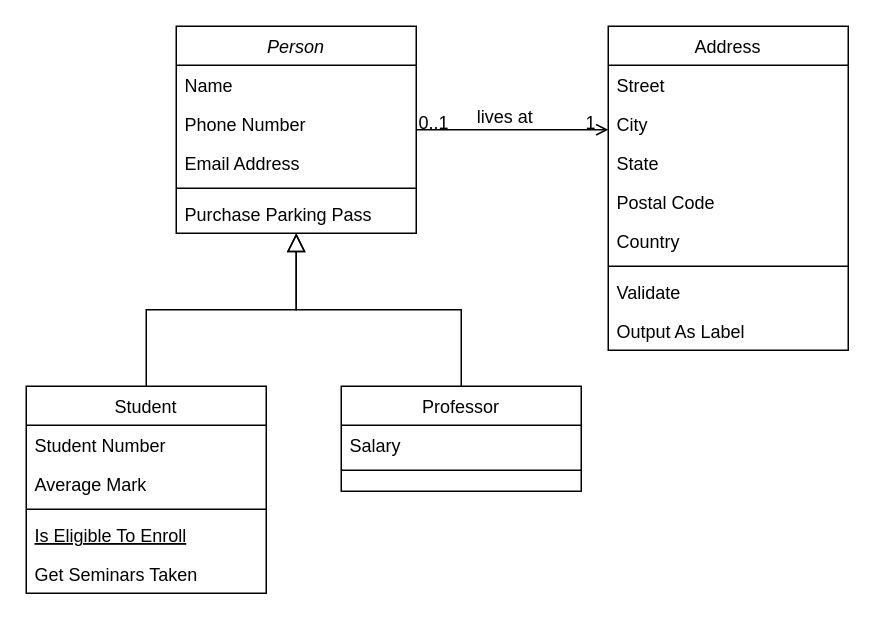
The draw.io diagram Diagrama sem nome.drawio in AnnaAngelina/diagramas-de-classe-drawio-, before the edit. Source tidied: cells renumbered, new cells numbered last; positions are measured from the earlier drawing's top-left corner, leaving out a move shared by most shapes. Both pictures are drawn from the tidied source at 150%, with x=0, y=0 at pixel (26, 26).
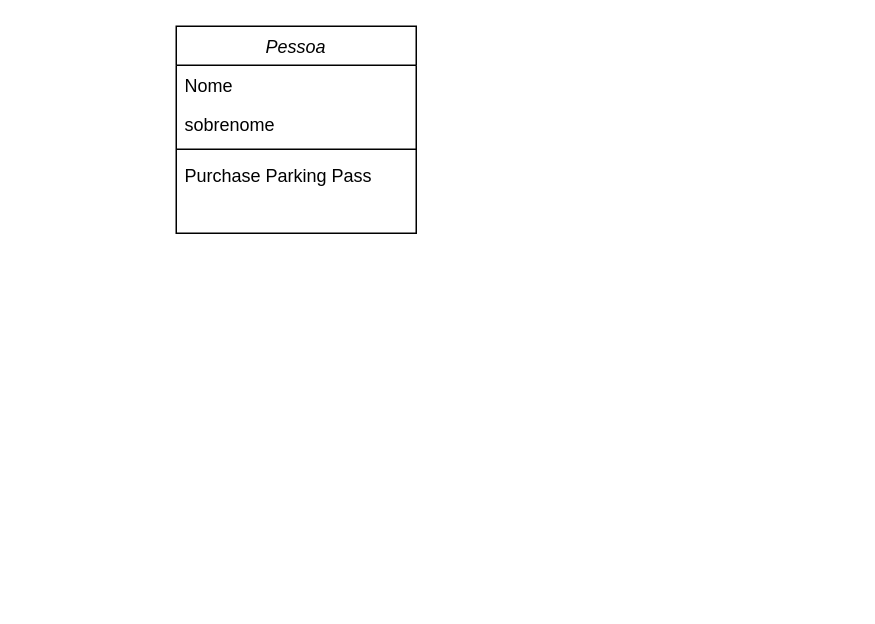
After the change.

Commit message:
diagrama de classe pessoa

The edit, as a diff of the source:
```diff
@@
-    <mxCell id="2" value="Person" style="swimlane;fontStyle=2;align=center;verticalAlign=top;horizontal=1;startSize=26;rounded=0;shadow=0;strokeWidth=1;" parent="1" vertex="1">
+    <mxCell id="2" value="Pessoa" style="swimlane;fontStyle=2;align=center;verticalAlign=top;horizontal=1;startSize=26;rounded=0;shadow=0;strokeWidth=1;" parent="1" vertex="1">
       <mxGeometry x="100" width="160" height="138" as="geometry" />
     </mxCell>
-    <mxCell id="3" value="Name" style="text;align=left;verticalAlign=top;spacingLeft=4;spacingRight=4;overflow=hidden;" parent="2" vertex="1">
+    <mxCell id="3" value="Nome" style="text;align=left;verticalAlign=top;spacingLeft=4;spacingRight=4;overflow=hidden;" parent="2" vertex="1">
       <mxGeometry y="26" width="160" height="26" as="geometry" />
     </mxCell>
-    <mxCell id="4" value="Phone Number" style="text;align=left;verticalAlign=top;spacingLeft=4;spacingRight=4;overflow=hidden;rounded=0;shadow=0;html=0;" parent="2" vertex="1">
+    <mxCell id="4" value="sobrenome" style="text;align=left;verticalAlign=top;spacingLeft=4;spacingRight=4;overflow=hidden;rounded=0;shadow=0;html=0;" parent="2" vertex="1">
       <mxGeometry y="52" width="160" height="26" as="geometry" />
     </mxCell>
-    <mxCell id="5" value="Email Address" style="text;align=left;verticalAlign=top;spacingLeft=4;spacingRight=4;overflow=hidden;rounded=0;shadow=0;html=0;" parent="2" vertex="1">
-      <mxGeometry y="78" width="160" height="26" as="geometry" />
-    </mxCell>
     <mxCell id="6" style="line;html=1;strokeWidth=1;align=left;verticalAlign=middle;spacingTop=-1;spacingLeft=3;spacingRight=3;labelPosition=right;" parent="2" vertex="1">
-      <mxGeometry y="104" width="160" height="8" as="geometry" />
+      <mxGeometry y="78" width="160" height="8" as="geometry" />
     </mxCell>
     <mxCell id="7" value="Purchase Parking Pass" style="text;align=left;verticalAlign=top;spacingLeft=4;spacingRight=4;overflow=hidden;" parent="2" vertex="1">
-      <mxGeometry y="112" width="160" height="26" as="geometry" />
+      <mxGeometry y="86" width="160" height="26" as="geometry" />
     </mxCell>
-    <mxCell id="8" value="Student" style="swimlane;fontStyle=0;align=center;verticalAlign=top;horizontal=1;startSize=26;rounded=0;shadow=0;strokeWidth=1;" parent="1" vertex="1">
-      <mxGeometry y="240" width="160" height="138" as="geometry" />
-    </mxCell>
-    <mxCell id="9" value="Student Number" style="text;align=left;verticalAlign=top;spacingLeft=4;spacingRight=4;overflow=hidden;" parent="8" vertex="1">
-      <mxGeometry y="26" width="160" height="26" as="geometry" />
-    </mxCell>
-    <mxCell id="10" value="Average Mark" style="text;align=left;verticalAlign=top;spacingLeft=4;spacingRight=4;overflow=hidden;rounded=0;shadow=0;html=0;" parent="8" vertex="1">
-      <mxGeometry y="52" width="160" height="26" as="geometry" />
-    </mxCell>
-    <mxCell id="11" style="line;html=1;strokeWidth=1;align=left;verticalAlign=middle;spacingTop=-1;spacingLeft=3;spacingRight=3;labelPosition=right;" parent="8" vertex="1">
-      <mxGeometry y="78" width="160" height="8" as="geometry" />
-    </mxCell>
-    <mxCell id="12" value="Is Eligible To Enroll" style="text;align=left;verticalAlign=top;spacingLeft=4;spacingRight=4;overflow=hidden;fontStyle=4;" parent="8" vertex="1">
-      <mxGeometry y="86" width="160" height="26" as="geometry" />
-    </mxCell>
-    <mxCell id="13" value="Get Seminars Taken" style="text;align=left;verticalAlign=top;spacingLeft=4;spacingRight=4;overflow=hidden;" parent="8" vertex="1">
-      <mxGeometry y="112" width="160" height="26" as="geometry" />
-    </mxCell>
-    <mxCell id="14" style="endArrow=block;endSize=10;endFill=0;shadow=0;strokeWidth=1;rounded=0;curved=0;edgeStyle=elbowEdgeStyle;elbow=vertical;" parent="1" edge="1" source="8" target="2">
-      <mxGeometry relative="1" as="geometry" />
-    </mxCell>
-    <mxCell id="15" value="Professor" style="swimlane;fontStyle=0;align=center;verticalAlign=top;horizontal=1;startSize=26;rounded=0;shadow=0;strokeWidth=1;" parent="1" vertex="1">
-      <mxGeometry x="210" y="240" width="160" height="70" as="geometry" />
-    </mxCell>
-    <mxCell id="16" value="Salary" style="text;align=left;verticalAlign=top;spacingLeft=4;spacingRight=4;overflow=hidden;" parent="15" vertex="1">
-      <mxGeometry y="26" width="160" height="26" as="geometry" />
-    </mxCell>
-    <mxCell id="17" style="line;html=1;strokeWidth=1;align=left;verticalAlign=middle;spacingTop=-1;spacingLeft=3;spacingRight=3;labelPosition=right;" parent="15" vertex="1">
-      <mxGeometry y="52" width="160" height="8" as="geometry" />
-    </mxCell>
-    <mxCell id="18" style="endArrow=block;endSize=10;endFill=0;shadow=0;strokeWidth=1;rounded=0;curved=0;edgeStyle=elbowEdgeStyle;elbow=vertical;" parent="1" edge="1" source="15" target="2">
-      <mxGeometry relative="1" as="geometry" />
-    </mxCell>
-    <mxCell id="19" value="Address" style="swimlane;fontStyle=0;align=center;verticalAlign=top;horizontal=1;startSize=26;rounded=0;shadow=0;strokeWidth=1;" parent="1" vertex="1">
-      <mxGeometry x="388" width="160" height="216" as="geometry" />
-    </mxCell>
-    <mxCell id="20" value="Street" style="text;align=left;verticalAlign=top;spacingLeft=4;spacingRight=4;overflow=hidden;" parent="19" vertex="1">
-      <mxGeometry y="26" width="160" height="26" as="geometry" />
-    </mxCell>
-    <mxCell id="21" value="City" style="text;align=left;verticalAlign=top;spacingLeft=4;spacingRight=4;overflow=hidden;rounded=0;shadow=0;html=0;" parent="19" vertex="1">
-      <mxGeometry y="52" width="160" height="26" as="geometry" />
-    </mxCell>
-    <mxCell id="22" value="State" style="text;align=left;verticalAlign=top;spacingLeft=4;spacingRight=4;overflow=hidden;rounded=0;shadow=0;html=0;" parent="19" vertex="1">
-      <mxGeometry y="78" width="160" height="26" as="geometry" />
-    </mxCell>
-    <mxCell id="23" value="Postal Code" style="text;align=left;verticalAlign=top;spacingLeft=4;spacingRight=4;overflow=hidden;rounded=0;shadow=0;html=0;" parent="19" vertex="1">
-      <mxGeometry y="104" width="160" height="26" as="geometry" />
-    </mxCell>
-    <mxCell id="24" value="Country" style="text;align=left;verticalAlign=top;spacingLeft=4;spacingRight=4;overflow=hidden;rounded=0;shadow=0;html=0;" parent="19" vertex="1">
-      <mxGeometry y="130" width="160" height="26" as="geometry" />
-    </mxCell>
-    <mxCell id="25" style="line;html=1;strokeWidth=1;align=left;verticalAlign=middle;spacingTop=-1;spacingLeft=3;spacingRight=3;labelPosition=right;" parent="19" vertex="1">
-      <mxGeometry y="156" width="160" height="8" as="geometry" />
-    </mxCell>
-    <mxCell id="26" value="Validate" style="text;align=left;verticalAlign=top;spacingLeft=4;spacingRight=4;overflow=hidden;" parent="19" vertex="1">
-      <mxGeometry y="164" width="160" height="26" as="geometry" />
-    </mxCell>
-    <mxCell id="27" value="Output As Label" style="text;align=left;verticalAlign=top;spacingLeft=4;spacingRight=4;overflow=hidden;" parent="19" vertex="1">
-      <mxGeometry y="190" width="160" height="26" as="geometry" />
-    </mxCell>
-    <mxCell id="28" style="endArrow=open;shadow=0;strokeWidth=1;rounded=0;curved=0;endFill=1;edgeStyle=elbowEdgeStyle;elbow=vertical;" parent="1" edge="1" source="2" target="19">
-      <mxGeometry x="0.5" y="41" relative="1" as="geometry">
-        <mxPoint x="-40" y="32" as="offset" />
-      </mxGeometry>
-    </mxCell>
-    <mxCell id="29" value="0..1" style="align=left;verticalAlign=bottom;labelBackgroundColor=none;fontSize=12;" parent="28" vertex="1">
-      <mxGeometry x="-1" relative="1" as="geometry">
-        <mxPoint y="4" as="offset" />
-      </mxGeometry>
-    </mxCell>
-    <mxCell id="30" value="1" style="align=right;verticalAlign=bottom;labelBackgroundColor=none;fontSize=12;" parent="28" vertex="1">
-      <mxGeometry x="1" relative="1" as="geometry">
-        <mxPoint x="-7" y="4" as="offset" />
-      </mxGeometry>
-    </mxCell>
-    <mxCell id="31" value="lives at" style="text;html=1;align=center;verticalAlign=middle;labelBackgroundColor=none;rounded=0;shadow=0;strokeWidth=1;fontSize=12;" parent="28" vertex="1">
-      <mxGeometry x="0.5" y="49" relative="1" as="geometry">
-        <mxPoint x="-38" y="40" as="offset" />
-      </mxGeometry>
-    </mxCell>
```
